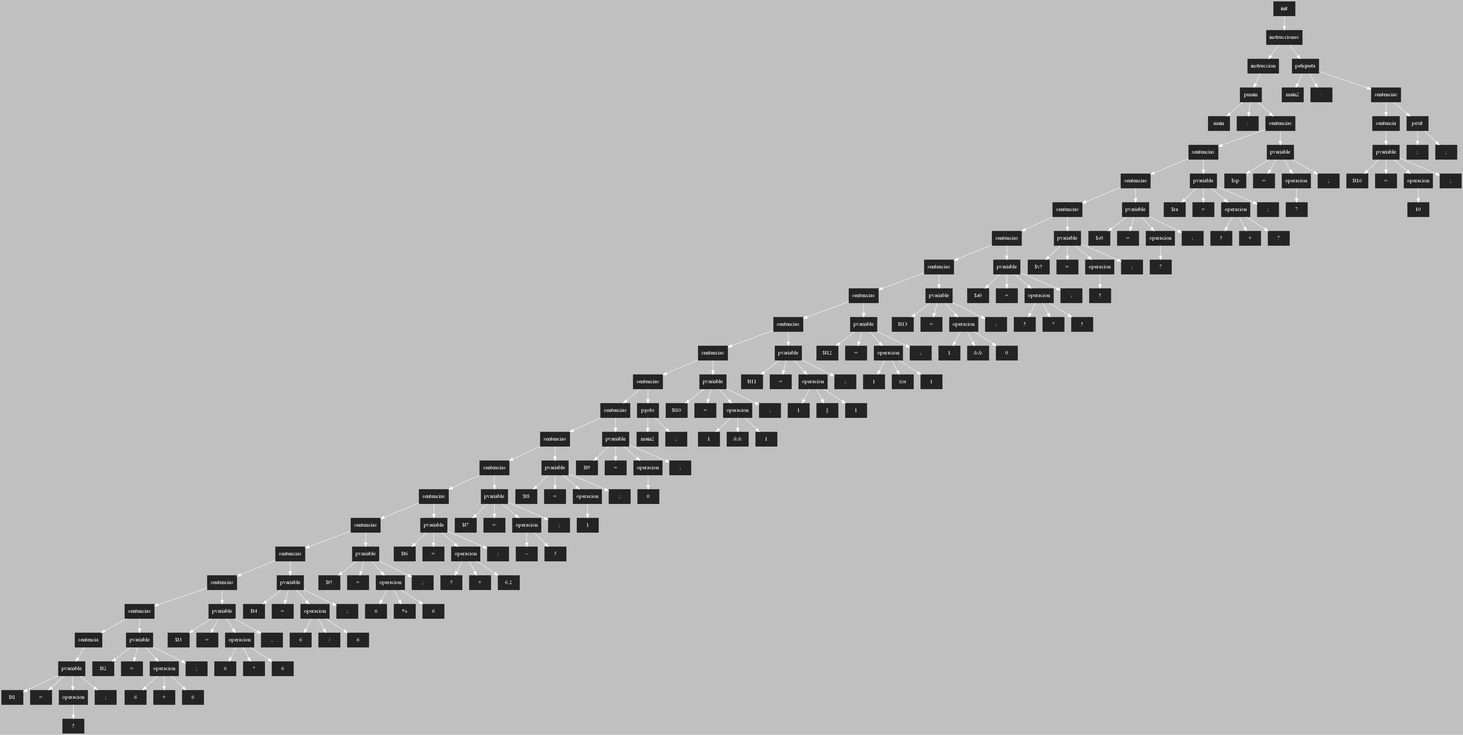
AndreeAvalos/OLC2-AUGUS keeps this Graphviz diagram as ASPAscendente.png. Above is the earlier version. Its source is kept beside it as ASPAscendente.dot.
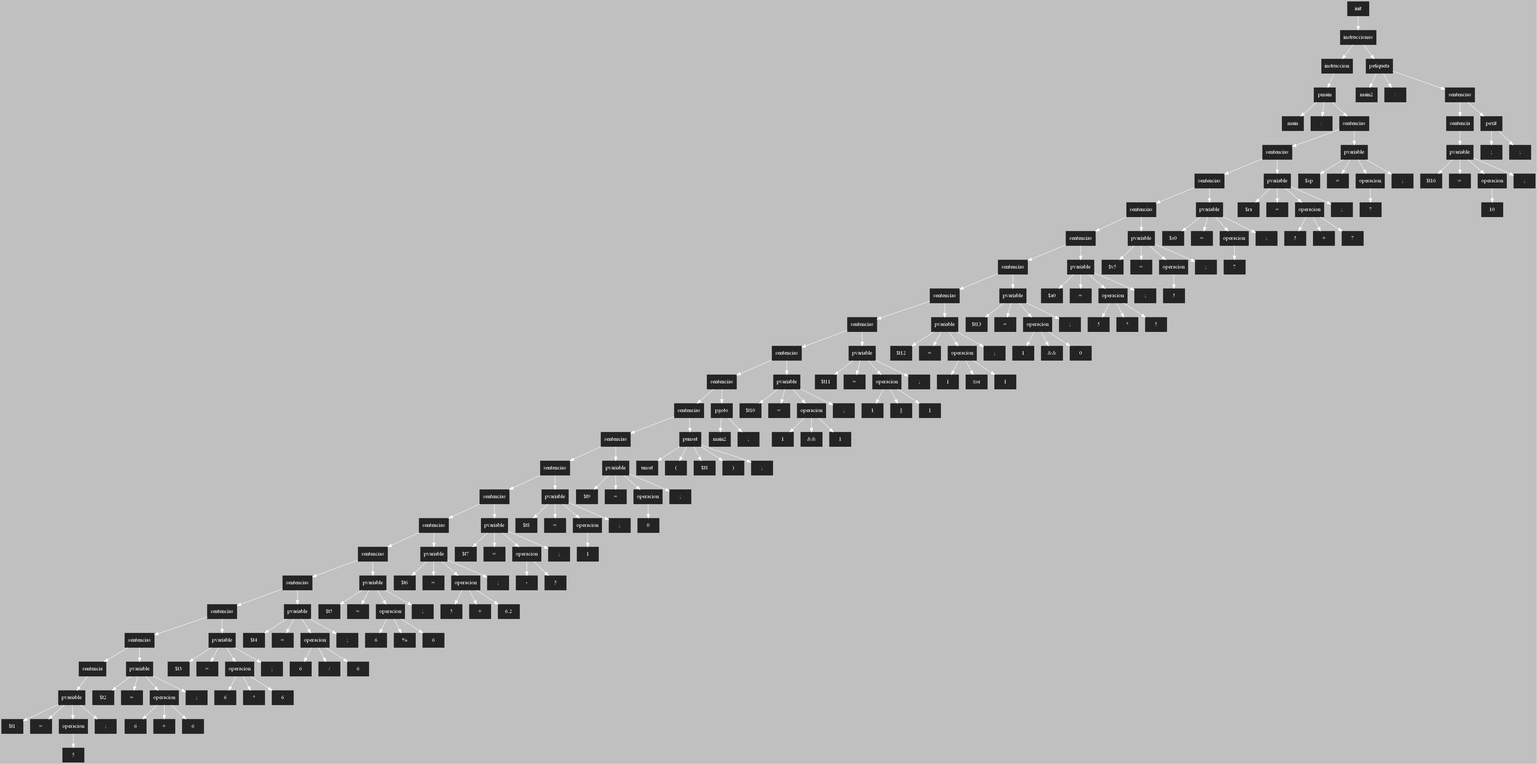
The same file after the commit.

What changed in the source:
```diff
@@ -3,22 +3,23 @@
  [shape=box, style=filled, color=gray14]
  rankdir=UD
  edge[color=white, dir=fordware]
-173[style = "filled" ; label = "init"]
-172[style = "filled" ; label = "instrucciones"]
-157[style = "filled" ; label = "instruccion"]
-154[style = "filled" ; label = "pmain"]
-155[style = "filled" ; label = "main"]
-156[style = "filled" ; label = ":"]
+180[style = "filled" ; label = "init"]
+179[style = "filled" ; label = "instrucciones"]
+164[style = "filled" ; label = "instruccion"]
+161[style = "filled" ; label = "pmain"]
+162[style = "filled" ; label = "main"]
+163[style = "filled" ; label = ":"]
+160[style = "filled" ; label = "sentencias"]
 153[style = "filled" ; label = "sentencias"]
-146[style = "filled" ; label = "sentencias"]
+144[style = "filled" ; label = "sentencias"]
 137[style = "filled" ; label = "sentencias"]
 130[style = "filled" ; label = "sentencias"]
-123[style = "filled" ; label = "sentencias"]
-114[style = "filled" ; label = "sentencias"]
-105[style = "filled" ; label = "sentencias"]
-96[style = "filled" ; label = "sentencias"]
-87[style = "filled" ; label = "sentencias"]
-78[style = "filled" ; label = "sentencias"]
+121[style = "filled" ; label = "sentencias"]
+112[style = "filled" ; label = "sentencias"]
+103[style = "filled" ; label = "sentencias"]
+94[style = "filled" ; label = "sentencias"]
+85[style = "filled" ; label = "sentencias"]
+81[style = "filled" ; label = "sentencias"]
 74[style = "filled" ; label = "sentencias"]
 67[style = "filled" ; label = "sentencias"]
 60[style = "filled" ; label = "sentencias"]
@@ -93,105 +94,112 @@
 69[style = "filled" ; label = "operacion"]
 68[style = "filled" ; label = "0"]
 73[style = "filled" ; label = ";"]
-75[style = "filled" ; label = "pgoto"]
-76[style = "filled" ; label = "main2"]
-77[style = "filled" ; label = ";"]
-83[style = "filled" ; label = "pvariable"]
-84[style = "filled" ; label = "$t10"]
-85[style = "filled" ; label = "="]
-81[style = "filled" ; label = "operacion"]
-79[style = "filled" ; label = "1"]
-82[style = "filled" ; label = "&&"]
-80[style = "filled" ; label = "1"]
-86[style = "filled" ; label = ";"]
-92[style = "filled" ; label = "pvariable"]
-93[style = "filled" ; label = "$t11"]
-94[style = "filled" ; label = "="]
-90[style = "filled" ; label = "operacion"]
-88[style = "filled" ; label = "1"]
-91[style = "filled" ; label = "||"]
-89[style = "filled" ; label = "1"]
-95[style = "filled" ; label = ";"]
-101[style = "filled" ; label = "pvariable"]
-102[style = "filled" ; label = "$t12"]
-103[style = "filled" ; label = "="]
-99[style = "filled" ; label = "operacion"]
-97[style = "filled" ; label = "1"]
-100[style = "filled" ; label = "xor"]
-98[style = "filled" ; label = "1"]
-104[style = "filled" ; label = ";"]
-110[style = "filled" ; label = "pvariable"]
-111[style = "filled" ; label = "$t13"]
-112[style = "filled" ; label = "="]
-108[style = "filled" ; label = "operacion"]
-106[style = "filled" ; label = "1"]
-109[style = "filled" ; label = "&&"]
-107[style = "filled" ; label = "0"]
-113[style = "filled" ; label = ";"]
-119[style = "filled" ; label = "pvariable"]
-120[style = "filled" ; label = "$a0"]
-121[style = "filled" ; label = "="]
-117[style = "filled" ; label = "operacion"]
-115[style = "filled" ; label = "5"]
-118[style = "filled" ; label = "*"]
-116[style = "filled" ; label = "5"]
-122[style = "filled" ; label = ";"]
+75[style = "filled" ; label = "punset"]
+76[style = "filled" ; label = "unset"]
+77[style = "filled" ; label = "("]
+78[style = "filled" ; label = "$t8"]
+79[style = "filled" ; label = ")"]
+80[style = "filled" ; label = ";"]
+82[style = "filled" ; label = "pgoto"]
+83[style = "filled" ; label = "main2"]
+84[style = "filled" ; label = ";"]
+90[style = "filled" ; label = "pvariable"]
+91[style = "filled" ; label = "$t10"]
+92[style = "filled" ; label = "="]
+88[style = "filled" ; label = "operacion"]
+86[style = "filled" ; label = "1"]
+89[style = "filled" ; label = "&&"]
+87[style = "filled" ; label = "1"]
+93[style = "filled" ; label = ";"]
+99[style = "filled" ; label = "pvariable"]
+100[style = "filled" ; label = "$t11"]
+101[style = "filled" ; label = "="]
+97[style = "filled" ; label = "operacion"]
+95[style = "filled" ; label = "1"]
+98[style = "filled" ; label = "||"]
+96[style = "filled" ; label = "1"]
+102[style = "filled" ; label = ";"]
+108[style = "filled" ; label = "pvariable"]
+109[style = "filled" ; label = "$t12"]
+110[style = "filled" ; label = "="]
+106[style = "filled" ; label = "operacion"]
+104[style = "filled" ; label = "1"]
+107[style = "filled" ; label = "xor"]
+105[style = "filled" ; label = "1"]
+111[style = "filled" ; label = ";"]
+117[style = "filled" ; label = "pvariable"]
+118[style = "filled" ; label = "$t13"]
+119[style = "filled" ; label = "="]
+115[style = "filled" ; label = "operacion"]
+113[style = "filled" ; label = "1"]
+116[style = "filled" ; label = "&&"]
+114[style = "filled" ; label = "0"]
+120[style = "filled" ; label = ";"]
 126[style = "filled" ; label = "pvariable"]
-127[style = "filled" ; label = "$v5"]
+127[style = "filled" ; label = "$a0"]
 128[style = "filled" ; label = "="]
-125[style = "filled" ; label = "operacion"]
-124[style = "filled" ; label = "5"]
+124[style = "filled" ; label = "operacion"]
+122[style = "filled" ; label = "5"]
+125[style = "filled" ; label = "*"]
+123[style = "filled" ; label = "5"]
 129[style = "filled" ; label = ";"]
 133[style = "filled" ; label = "pvariable"]
-134[style = "filled" ; label = "$s0"]
+134[style = "filled" ; label = "$v5"]
 135[style = "filled" ; label = "="]
 132[style = "filled" ; label = "operacion"]
-131[style = "filled" ; label = "7"]
+131[style = "filled" ; label = "5"]
 136[style = "filled" ; label = ";"]
-142[style = "filled" ; label = "pvariable"]
-143[style = "filled" ; label = "$ra"]
-144[style = "filled" ; label = "="]
-140[style = "filled" ; label = "operacion"]
-138[style = "filled" ; label = "5"]
-141[style = "filled" ; label = "+"]
-139[style = "filled" ; label = "7"]
-145[style = "filled" ; label = ";"]
+140[style = "filled" ; label = "pvariable"]
+141[style = "filled" ; label = "$s0"]
+142[style = "filled" ; label = "="]
+139[style = "filled" ; label = "operacion"]
+138[style = "filled" ; label = "7"]
+143[style = "filled" ; label = ";"]
 149[style = "filled" ; label = "pvariable"]
-150[style = "filled" ; label = "$sp"]
+150[style = "filled" ; label = "$ra"]
 151[style = "filled" ; label = "="]
-148[style = "filled" ; label = "operacion"]
-147[style = "filled" ; label = "7"]
+147[style = "filled" ; label = "operacion"]
+145[style = "filled" ; label = "5"]
+148[style = "filled" ; label = "+"]
+146[style = "filled" ; label = "7"]
 152[style = "filled" ; label = ";"]
-169[style = "filled" ; label = "petiqueta"]
-170[style = "filled" ; label = "main2"]
-171[style = "filled" ; label = ":"]
-168[style = "filled" ; label = "sentencias"]
-164[style = "filled" ; label = "sentencia"]
-160[style = "filled" ; label = "pvariable"]
-161[style = "filled" ; label = "$t16"]
-162[style = "filled" ; label = "="]
-159[style = "filled" ; label = "operacion"]
-158[style = "filled" ; label = "10"]
-163[style = "filled" ; label = ";"]
-165[style = "filled" ; label = "pexit"]
-166[style = "filled" ; label = ";"]
-167[style = "filled" ; label = ";"]
-173->172;
-172->157;
-157->154;
-154->155;
-154->156;
-154->153;
-153->146;
-146->137;
+156[style = "filled" ; label = "pvariable"]
+157[style = "filled" ; label = "$sp"]
+158[style = "filled" ; label = "="]
+155[style = "filled" ; label = "operacion"]
+154[style = "filled" ; label = "7"]
+159[style = "filled" ; label = ";"]
+176[style = "filled" ; label = "petiqueta"]
+177[style = "filled" ; label = "main2"]
+178[style = "filled" ; label = ":"]
+175[style = "filled" ; label = "sentencias"]
+171[style = "filled" ; label = "sentencia"]
+167[style = "filled" ; label = "pvariable"]
+168[style = "filled" ; label = "$t16"]
+169[style = "filled" ; label = "="]
+166[style = "filled" ; label = "operacion"]
+165[style = "filled" ; label = "10"]
+170[style = "filled" ; label = ";"]
+172[style = "filled" ; label = "pexit"]
+173[style = "filled" ; label = ";"]
+174[style = "filled" ; label = ";"]
+180->179;
+179->164;
+164->161;
+161->162;
+161->163;
+161->160;
+160->153;
+153->144;
+144->137;
 137->130;
-130->123;
-123->114;
-114->105;
-105->96;
-96->87;
-87->78;
-78->74;
+130->121;
+121->112;
+112->103;
+103->94;
+94->85;
+85->81;
+81->74;
 74->67;
 67->60;
 60->52;
@@ -265,54 +273,54 @@
 70->69;
 69->68;
 70->73;
-78->75;
+81->75;
 75->76;
 75->77;
-87->83;
-83->84;
-83->85;
-83->81;
-81->79;
-81->82;
-81->80;
-83->86;
-96->92;
-92->93;
-92->94;
-92->90;
+75->78;
+75->79;
+75->80;
+85->82;
+82->83;
+82->84;
+94->90;
+90->91;
+90->92;
 90->88;
-90->91;
-90->89;
-92->95;
-105->101;
-101->102;
-101->103;
-101->99;
+88->86;
+88->89;
+88->87;
+90->93;
+103->99;
+99->100;
+99->101;
 99->97;
-99->100;
-99->98;
-101->104;
-114->110;
-110->111;
-110->112;
-110->108;
+97->95;
+97->98;
+97->96;
+99->102;
+112->108;
+108->109;
+108->110;
 108->106;
-108->109;
-108->107;
-110->113;
-123->119;
-119->120;
-119->121;
-119->117;
+106->104;
+106->107;
+106->105;
+108->111;
+121->117;
+117->118;
+117->119;
 117->115;
-117->118;
-117->116;
-119->122;
+115->113;
+115->116;
+115->114;
+117->120;
 130->126;
 126->127;
 126->128;
-126->125;
-125->124;
+126->124;
+124->122;
+124->125;
+124->123;
 126->129;
 137->133;
 133->134;
@@ -320,33 +328,39 @@
 133->132;
 132->131;
 133->136;
-146->142;
-142->143;
-142->144;
-142->140;
-140->138;
+144->140;
 140->141;
+140->142;
 140->139;
-142->145;
+139->138;
+140->143;
 153->149;
 149->150;
 149->151;
-149->148;
-148->147;
+149->147;
+147->145;
+147->148;
+147->146;
 149->152;
-172->169;
-169->170;
-169->171;
-169->168;
-168->164;
-164->160;
-160->161;
-160->162;
-160->159;
-159->158;
-160->163;
-168->165;
-165->166;
-165->167;
+160->156;
+156->157;
+156->158;
+156->155;
+155->154;
+156->159;
+179->176;
+176->177;
+176->178;
+176->175;
+175->171;
+171->167;
+167->168;
+167->169;
+167->166;
+166->165;
+167->170;
+175->172;
+172->173;
+172->174;
 
 }
```
